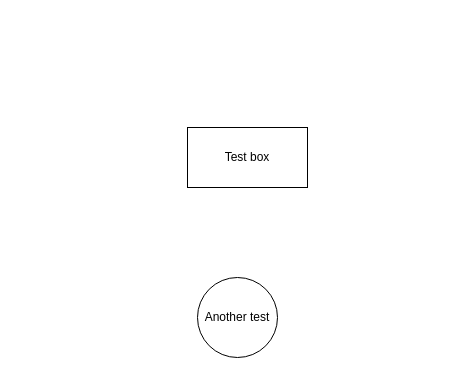
Above: System_diagram.drawio in RoboticsAAU/hand_prosthesis_rl_control_pkgs (draw.io), before the change. Source tidied: cells renumbered, new cells numbered last; positions are measured from the earlier drawing's top-left corner, leaving out a move shared by most shapes. Both pictures are drawn from the tidied source at 100%, with x=0, y=0 at pixel (187, 127).
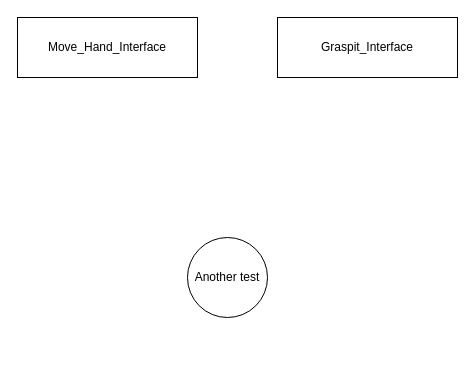
The same page after the edit.

Diff of the diagram source:
```diff
@@
 <mxGraphModel>
   <root>
     <mxCell id="0" />
     <mxCell id="1" parent="0" />
-    <mxCell id="2" value="Test box" style="rounded=0;whiteSpace=wrap;html=1;" parent="1" vertex="1">
-      <mxGeometry width="120" height="60" as="geometry" />
+    <mxCell id="2" value="Move_Hand_Interface" style="rounded=0;whiteSpace=wrap;html=1;" parent="1" vertex="1">
+      <mxGeometry x="-170" y="-110" width="180" height="60" as="geometry" />
     </mxCell>
     <mxCell id="3" value="Another test" style="ellipse;whiteSpace=wrap;html=1;" parent="1" vertex="1">
-      <mxGeometry x="10" y="150" width="80" height="80" as="geometry" />
+      <mxGeometry y="110" width="80" height="80" as="geometry" />
     </mxCell>
+    <mxCell id="4" value="Graspit_Interface" style="rounded=0;whiteSpace=wrap;html=1;" parent="1" vertex="1">
+      <mxGeometry x="90" y="-110" width="180" height="60" as="geometry" />
+    </mxCell>
   </root>
 </mxGraphModel>
```
